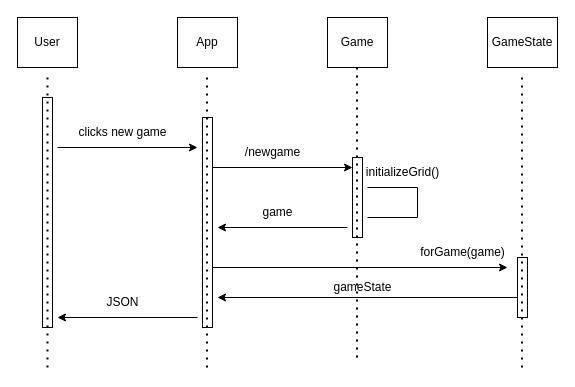
CSCI-513-Spring25/final-project-group-projects-dinesh-venkata keeps this draw.io diagram as Sequence Diagrams/newgame.drawio. Above is the earlier version. Source tidied: cells renumbered, new cells numbered last; positions are measured from the earlier drawing's top-left corner, leaving out a move shared by most shapes. Both pictures are drawn from the tidied source at 100%, with x=0, y=0 at pixel (17, 17).
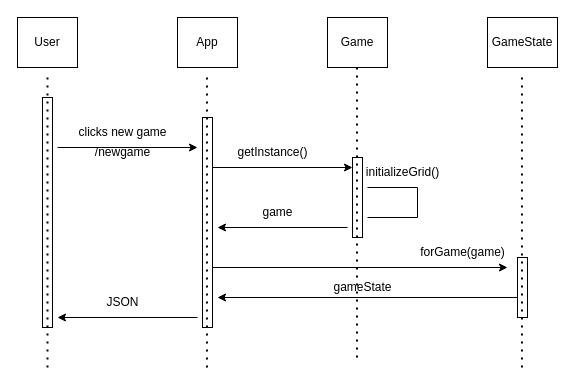
Above is the later version.

What changed in the source:
```diff
@@
     <mxCell id="12" value="/newgame" style="text;html=1;align=center;verticalAlign=middle;strokeColor=none;fillColor=none;" parent="1" vertex="1">
-      <mxGeometry x="215" y="120" width="80" height="30" as="geometry" />
+      <mxGeometry x="65" y="120" width="80" height="30" as="geometry" />
     </mxCell>
@@
+    <mxCell id="28" value="getInstance()" style="text;html=1;align=center;verticalAlign=middle;strokeColor=none;fillColor=none;" parent="1" vertex="1">
+      <mxGeometry x="210" y="120" width="90" height="30" as="geometry" />
+    </mxCell>
```
